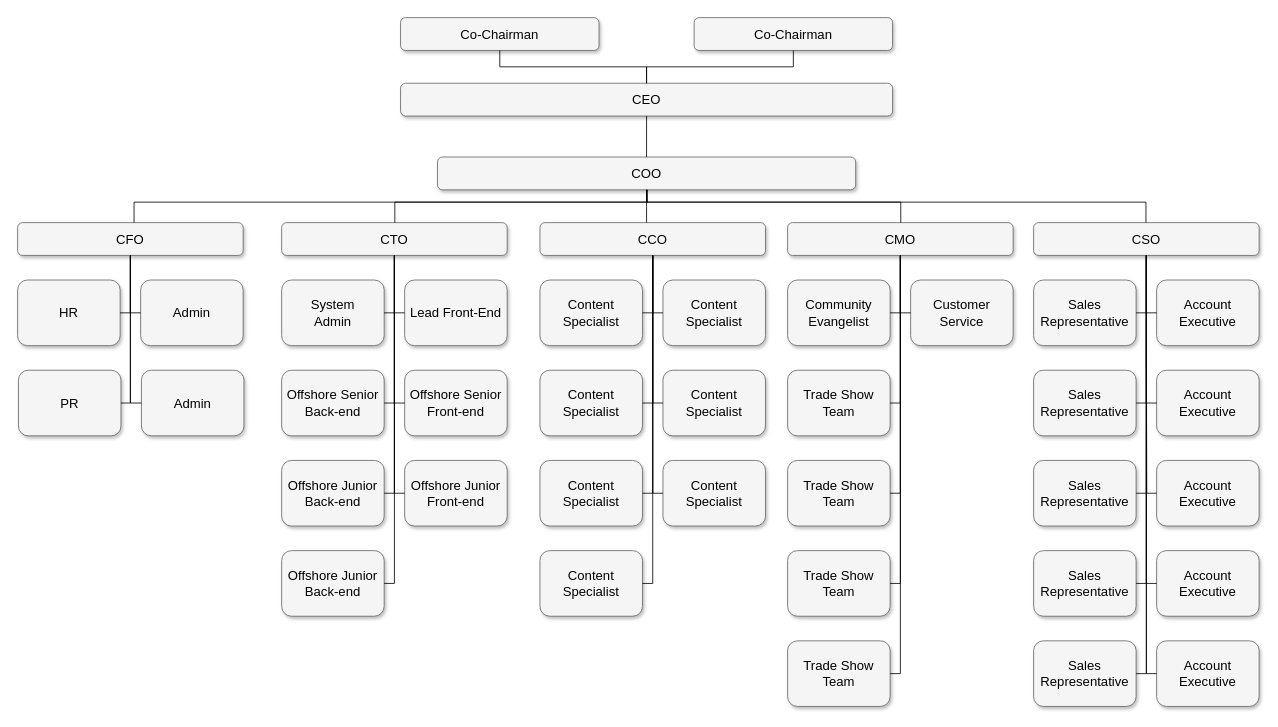
This is 测试-图表.drawio from Jorgen7062/flow_chart, a draw.io file, before an edit. Source tidied: cells renumbered, new cells numbered last; positions are measured from the earlier drawing's top-left corner, leaving out a move shared by most shapes. Both pictures are drawn from the tidied source at 82%, with x=0, y=0 at pixel (17, 17).
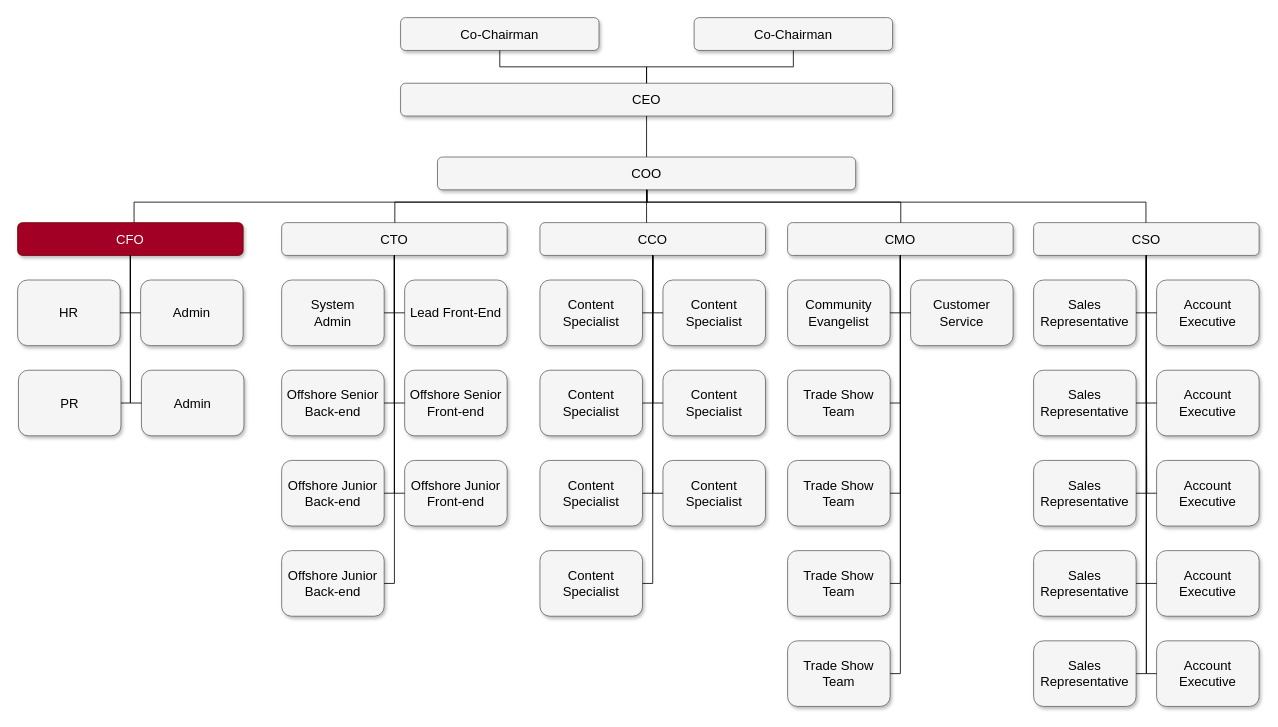
The same page after the edit.

Commit message:
更新测试-图表.drawio

Change to the diagram source:
```diff
@@
-    <mxCell id="7" value="CFO" style="whiteSpace=wrap;html=1;rounded=1;shadow=1;strokeWidth=1;fontSize=16;align=center;fillColor=#f5f5f5;strokeColor=#666666;" parent="1" vertex="1">
+    <mxCell id="7" value="CFO" style="whiteSpace=wrap;html=1;rounded=1;shadow=1;strokeWidth=1;fontSize=16;align=center;fillColor=#a20025;strokeColor=#6F0000;fontColor=#ffffff;" parent="1" vertex="1">
       <mxGeometry y="250" width="275" height="40" as="geometry" />
     </mxCell>
```
